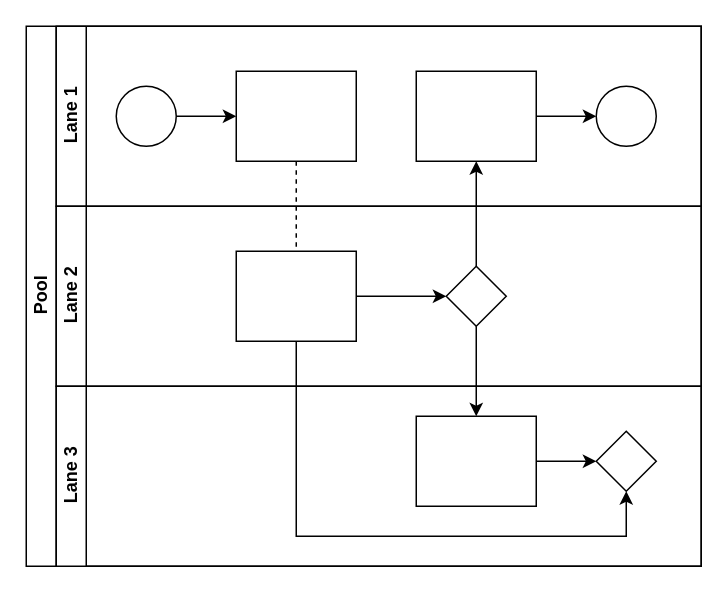
Before: 2.drawio in FJY321/111, a draw.io diagram. Source tidied: cells renumbered, new cells numbered last; positions are measured from the earlier drawing's top-left corner, leaving out a move shared by most shapes. Both pictures are drawn from the tidied source at 150%, with x=0, y=0 at pixel (26, 26).
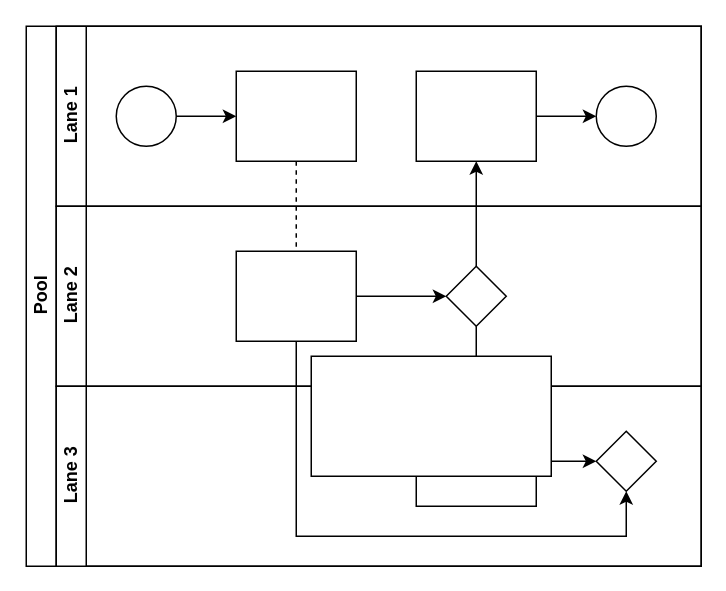
After the change.

Change to the diagram source:
```diff
@@
+    <mxCell id="22" style="rounded=0;whiteSpace=wrap;html=1;" parent="1" vertex="1">
+      <mxGeometry x="190" y="220" width="160" height="80" as="geometry" />
+    </mxCell>
```
